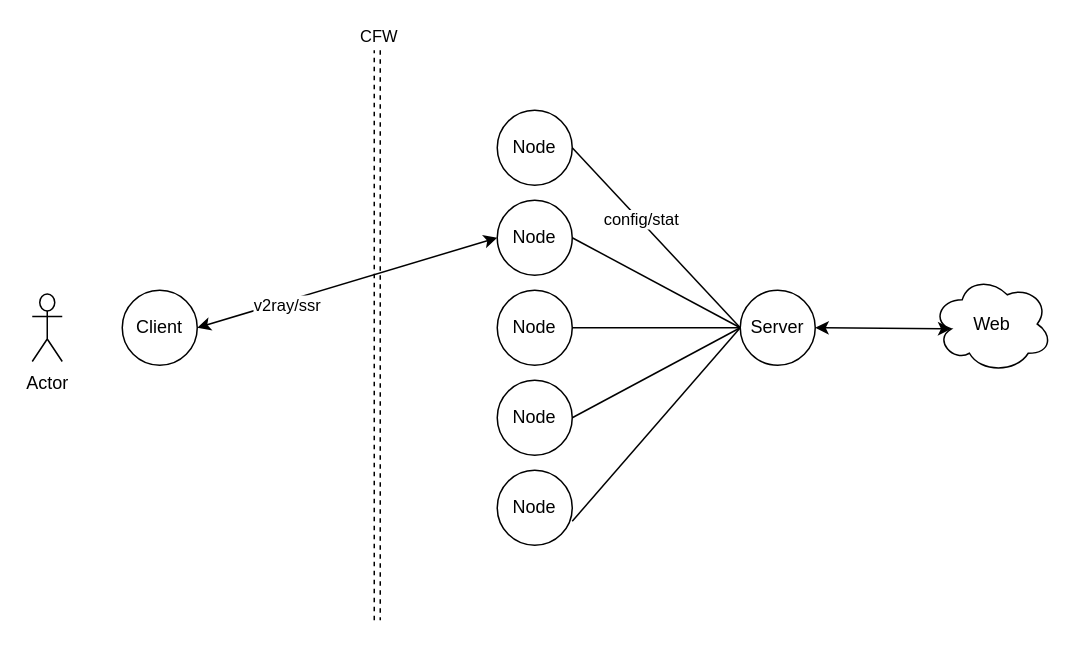
This is page "第 1 页" (1 of 2) of bluary.drawio from zebra-min/my-design, a draw.io file, before an edit. Source tidied: cells renumbered, new cells numbered last; positions are measured from the earlier drawing's top-left corner, leaving out a move shared by most shapes. Both pictures are drawn from the tidied source at 150%, with x=0, y=0 at pixel (32, 50).
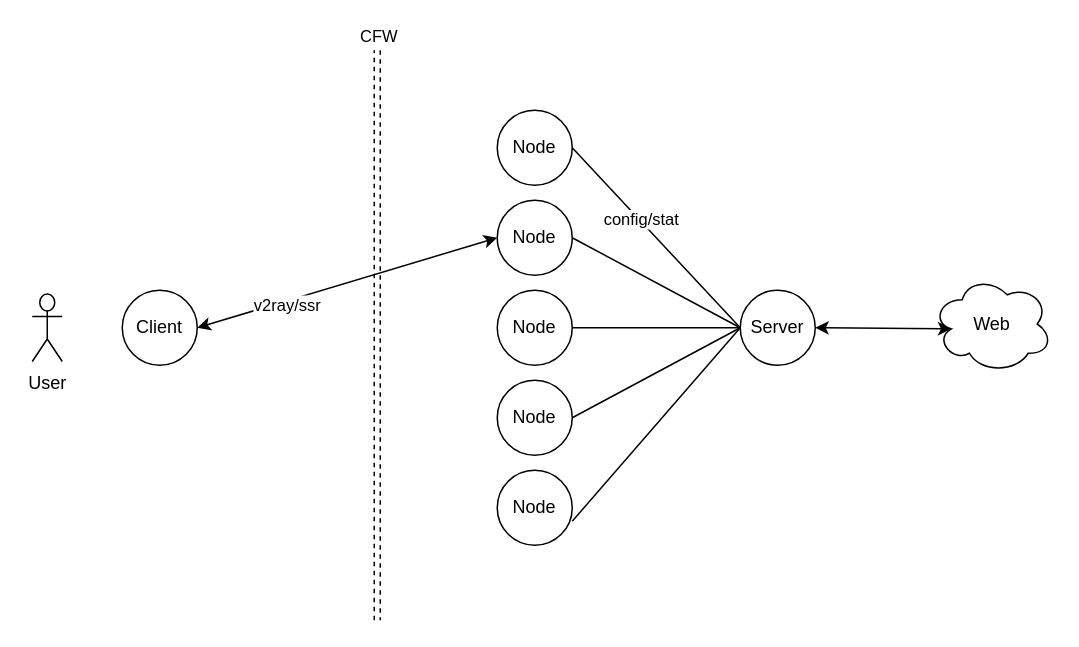
The same diagram, later.

Diff of the diagram source:
```diff
@@
-    <mxCell id="2" value="Actor" style="shape=umlActor;verticalLabelPosition=bottom;verticalAlign=top;html=1;" parent="1" vertex="1">
+    <mxCell id="2" value="User" style="shape=umlActor;verticalLabelPosition=bottom;verticalAlign=top;html=1;" parent="1" vertex="1">
       <mxGeometry y="162.5" width="20" height="45" as="geometry" />
     </mxCell>
```
